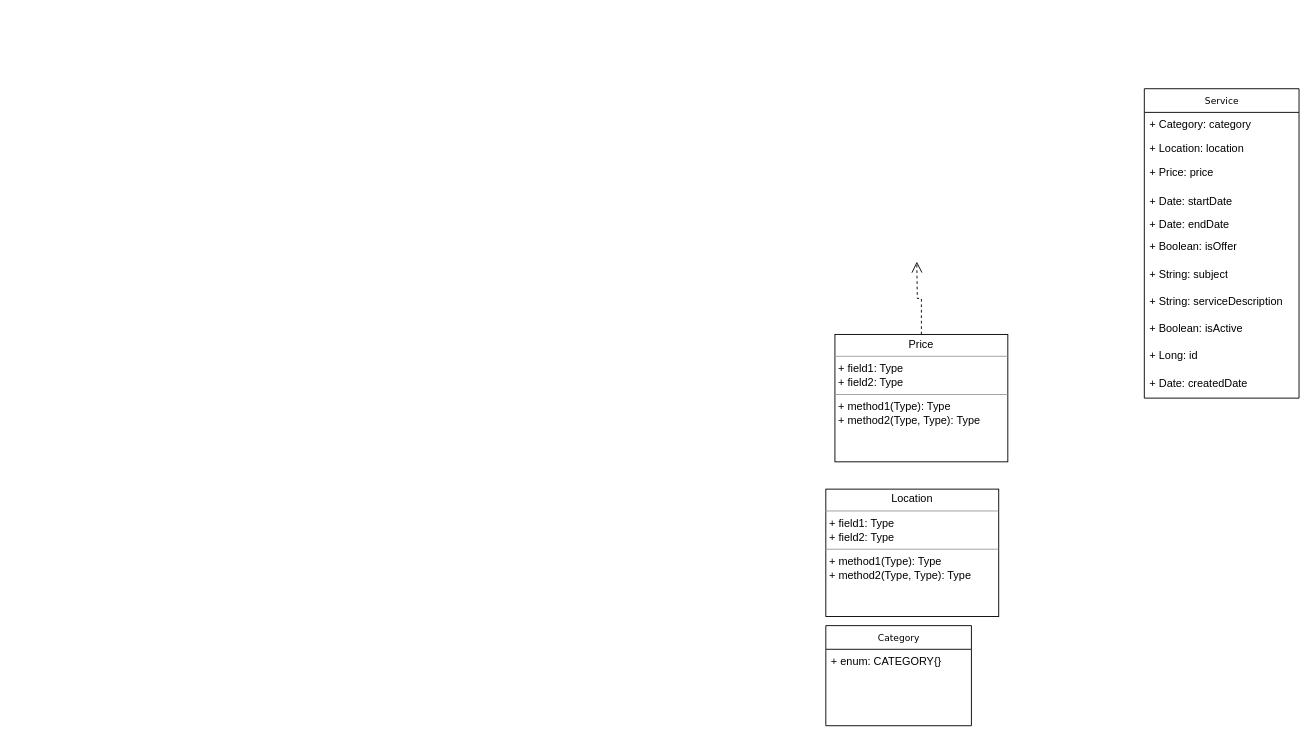
Above: HelppyUML.drawio in StanislavRa/group_A_Helppy (draw.io), before the change. Source tidied: cells renumbered, new cells numbered last; positions are measured from the earlier drawing's top-left corner, leaving out a move shared by most shapes. Both pictures are drawn from the tidied source at 91%, with x=0, y=0 at pixel (825, 88).
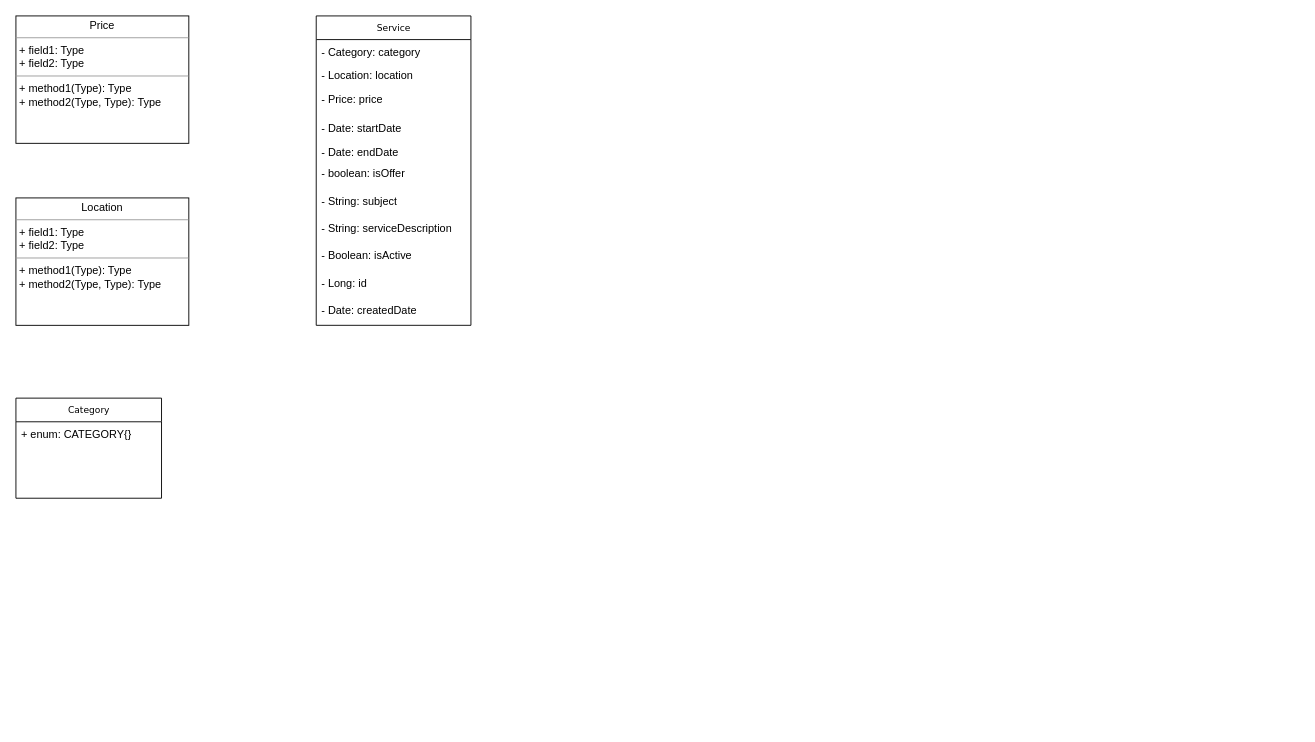
After the change.

Change to the diagram source:
```diff
@@
 <mxGraphModel background="#ffffff">
   <root>
     <mxCell id="0" />
     <mxCell id="1" parent="0" />
     <mxCell id="2" value="Category" style="swimlane;html=1;fontStyle=0;horizontal=1;startSize=26;fillColor=none;swimlaneFillColor=#ffffff;rounded=0;shadow=0;comic=0;labelBackgroundColor=none;strokeWidth=1;fontFamily=Verdana;fontSize=10;align=center;" parent="1" vertex="1">
-      <mxGeometry y="590" width="160" height="110" as="geometry" />
+      <mxGeometry x="-890" y="340" width="160" height="110" as="geometry" />
     </mxCell>
     <mxCell id="3" value="+ enum: CATEGORY{}" style="text;html=1;strokeColor=none;fillColor=none;align=left;verticalAlign=top;spacingLeft=4;spacingRight=4;whiteSpace=wrap;overflow=hidden;" parent="2" vertex="1">
       <mxGeometry y="26" width="160" height="26" as="geometry" />
     </mxCell>
     <mxCell id="4" value="Service" style="swimlane;html=1;fontStyle=0;horizontal=1;startSize=26;fillColor=none;swimlaneFillColor=#ffffff;rounded=0;shadow=0;comic=0;labelBackgroundColor=none;strokeWidth=1;fontFamily=Verdana;fontSize=10;align=center;" parent="1" vertex="1">
-      <mxGeometry x="350" width="170" height="340" as="geometry" />
+      <mxGeometry x="-560" y="-80" width="170" height="340" as="geometry" />
     </mxCell>
-    <mxCell id="5" value="+ Category: category" style="text;html=1;strokeColor=none;fillColor=none;align=left;verticalAlign=top;spacingLeft=4;spacingRight=4;whiteSpace=wrap;overflow=hidden;" parent="4" vertex="1">
+    <mxCell id="5" value="- Category: category" style="text;html=1;strokeColor=none;fillColor=none;align=left;verticalAlign=top;spacingLeft=4;spacingRight=4;whiteSpace=wrap;overflow=hidden;" parent="4" vertex="1">
       <mxGeometry y="26" width="170" height="26" as="geometry" />
     </mxCell>
-    <mxCell id="6" value="+ Location: location" style="text;html=1;strokeColor=none;fillColor=none;align=left;verticalAlign=top;spacingLeft=4;spacingRight=4;whiteSpace=wrap;overflow=hidden;" parent="4" vertex="1">
+    <mxCell id="6" value="- Location: location" style="text;html=1;strokeColor=none;fillColor=none;align=left;verticalAlign=top;spacingLeft=4;spacingRight=4;whiteSpace=wrap;overflow=hidden;" parent="4" vertex="1">
       <mxGeometry y="52" width="170" height="26" as="geometry" />
     </mxCell>
-    <mxCell id="7" value="+ Price: price" style="text;html=1;strokeColor=none;fillColor=none;align=left;verticalAlign=top;spacingLeft=4;spacingRight=4;whiteSpace=wrap;overflow=hidden;" parent="4" vertex="1">
+    <mxCell id="7" value="- Price: price" style="text;html=1;strokeColor=none;fillColor=none;align=left;verticalAlign=top;spacingLeft=4;spacingRight=4;whiteSpace=wrap;overflow=hidden;" parent="4" vertex="1">
       <mxGeometry y="78" width="170" height="32" as="geometry" />
     </mxCell>
-    <mxCell id="8" value="+ Date: startDate" style="text;html=1;strokeColor=none;fillColor=none;align=left;verticalAlign=top;spacingLeft=4;spacingRight=4;whiteSpace=wrap;overflow=hidden;" parent="4" vertex="1">
+    <mxCell id="8" value="- Date: startDate" style="text;html=1;strokeColor=none;fillColor=none;align=left;verticalAlign=top;spacingLeft=4;spacingRight=4;whiteSpace=wrap;overflow=hidden;" parent="4" vertex="1">
       <mxGeometry y="110" width="170" height="26" as="geometry" />
     </mxCell>
-    <mxCell id="9" value="+ Date: endDate" style="text;html=1;strokeColor=none;fillColor=none;align=left;verticalAlign=top;spacingLeft=4;spacingRight=4;whiteSpace=wrap;overflow=hidden;" parent="4" vertex="1">
+    <mxCell id="9" value="- Date: endDate" style="text;html=1;strokeColor=none;fillColor=none;align=left;verticalAlign=top;spacingLeft=4;spacingRight=4;whiteSpace=wrap;overflow=hidden;" parent="4" vertex="1">
       <mxGeometry y="136" width="170" height="24" as="geometry" />
     </mxCell>
-    <mxCell id="10" value="+ Boolean: isOffer" style="text;html=1;strokeColor=none;fillColor=none;align=left;verticalAlign=top;spacingLeft=4;spacingRight=4;whiteSpace=wrap;overflow=hidden;" parent="4" vertex="1">
+    <mxCell id="10" value="- boolean: isOffer" style="text;html=1;strokeColor=none;fillColor=none;align=left;verticalAlign=top;spacingLeft=4;spacingRight=4;whiteSpace=wrap;overflow=hidden;" parent="4" vertex="1">
       <mxGeometry y="160" width="170" height="30" as="geometry" />
     </mxCell>
-    <mxCell id="11" value="+ String: subject" style="text;html=1;strokeColor=none;fillColor=none;align=left;verticalAlign=top;spacingLeft=4;spacingRight=4;whiteSpace=wrap;overflow=hidden;" parent="4" vertex="1">
+    <mxCell id="11" value="- String: subject" style="text;html=1;strokeColor=none;fillColor=none;align=left;verticalAlign=top;spacingLeft=4;spacingRight=4;whiteSpace=wrap;overflow=hidden;" parent="4" vertex="1">
       <mxGeometry y="190" width="170" height="30" as="geometry" />
     </mxCell>
-    <mxCell id="12" value="+ String: serviceDescription" style="text;html=1;strokeColor=none;fillColor=none;align=left;verticalAlign=top;spacingLeft=4;spacingRight=4;whiteSpace=wrap;overflow=hidden;" parent="4" vertex="1">
+    <mxCell id="12" value="- String: serviceDescription" style="text;html=1;strokeColor=none;fillColor=none;align=left;verticalAlign=top;spacingLeft=4;spacingRight=4;whiteSpace=wrap;overflow=hidden;" parent="4" vertex="1">
       <mxGeometry y="220" width="170" height="30" as="geometry" />
     </mxCell>
-    <mxCell id="13" value="+ Boolean: isActive" style="text;html=1;strokeColor=none;fillColor=none;align=left;verticalAlign=top;spacingLeft=4;spacingRight=4;whiteSpace=wrap;overflow=hidden;" parent="4" vertex="1">
+    <mxCell id="13" value="- Boolean: isActive" style="text;html=1;strokeColor=none;fillColor=none;align=left;verticalAlign=top;spacingLeft=4;spacingRight=4;whiteSpace=wrap;overflow=hidden;" parent="4" vertex="1">
       <mxGeometry y="250" width="170" height="30" as="geometry" />
     </mxCell>
-    <mxCell id="14" value="+ Long: id" style="text;html=1;strokeColor=none;fillColor=none;align=left;verticalAlign=top;spacingLeft=4;spacingRight=4;whiteSpace=wrap;overflow=hidden;" parent="4" vertex="1">
+    <mxCell id="14" value="- Long: id" style="text;html=1;strokeColor=none;fillColor=none;align=left;verticalAlign=top;spacingLeft=4;spacingRight=4;whiteSpace=wrap;overflow=hidden;" parent="4" vertex="1">
       <mxGeometry y="280" width="170" height="30" as="geometry" />
     </mxCell>
-    <mxCell id="15" value="+ Date: createdDate" style="text;html=1;strokeColor=none;fillColor=none;align=left;verticalAlign=top;spacingLeft=4;spacingRight=4;whiteSpace=wrap;overflow=hidden;" parent="4" vertex="1">
+    <mxCell id="15" value="- Date: createdDate" style="text;html=1;strokeColor=none;fillColor=none;align=left;verticalAlign=top;spacingLeft=4;spacingRight=4;whiteSpace=wrap;overflow=hidden;" parent="4" vertex="1">
       <mxGeometry y="310" width="170" height="30" as="geometry" />
     </mxCell>
     <mxCell id="16" value="&lt;p style=&quot;margin: 0px ; margin-top: 4px ; text-align: center&quot;&gt;Location&lt;/p&gt;&lt;hr size=&quot;1&quot;&gt;&lt;p style=&quot;margin: 0px ; margin-left: 4px&quot;&gt;+ field1: Type&lt;br&gt;+ field2: Type&lt;/p&gt;&lt;hr size=&quot;1&quot;&gt;&lt;p style=&quot;margin: 0px ; margin-left: 4px&quot;&gt;+ method1(Type): Type&lt;br&gt;+ method2(Type, Type): Type&lt;/p&gt;" style="verticalAlign=top;align=left;overflow=fill;fontSize=12;fontFamily=Helvetica;html=1;rounded=0;shadow=0;comic=0;labelBackgroundColor=none;strokeWidth=1;" parent="1" vertex="1">
-      <mxGeometry y="440" width="190" height="140" as="geometry" />
+      <mxGeometry x="-890" y="120" width="190" height="140" as="geometry" />
     </mxCell>
-    <mxCell id="17" style="edgeStyle=orthogonalEdgeStyle;rounded=0;html=1;dashed=1;labelBackgroundColor=none;startFill=0;endArrow=open;endFill=0;endSize=10;fontFamily=Verdana;fontSize=10;" parent="1" edge="1" source="18">
-      <mxGeometry relative="1" as="geometry">
-        <mxPoint x="100" y="190" as="targetPoint" />
-      </mxGeometry>
-    </mxCell>
     <mxCell id="18" value="&lt;p style=&quot;margin: 0px ; margin-top: 4px ; text-align: center&quot;&gt;Price&lt;/p&gt;&lt;hr size=&quot;1&quot;&gt;&lt;p style=&quot;margin: 0px ; margin-left: 4px&quot;&gt;+ field1: Type&lt;br&gt;+ field2: Type&lt;/p&gt;&lt;hr size=&quot;1&quot;&gt;&lt;p style=&quot;margin: 0px ; margin-left: 4px&quot;&gt;+ method1(Type): Type&lt;br&gt;+ method2(Type, Type): Type&lt;/p&gt;" style="verticalAlign=top;align=left;overflow=fill;fontSize=12;fontFamily=Helvetica;html=1;rounded=0;shadow=0;comic=0;labelBackgroundColor=none;strokeWidth=1;" parent="1" vertex="1">
-      <mxGeometry x="10" y="270" width="190" height="140" as="geometry" />
+      <mxGeometry x="-890" y="-80" width="190" height="140" as="geometry" />
     </mxCell>
   </root>
 </mxGraphModel>
```
